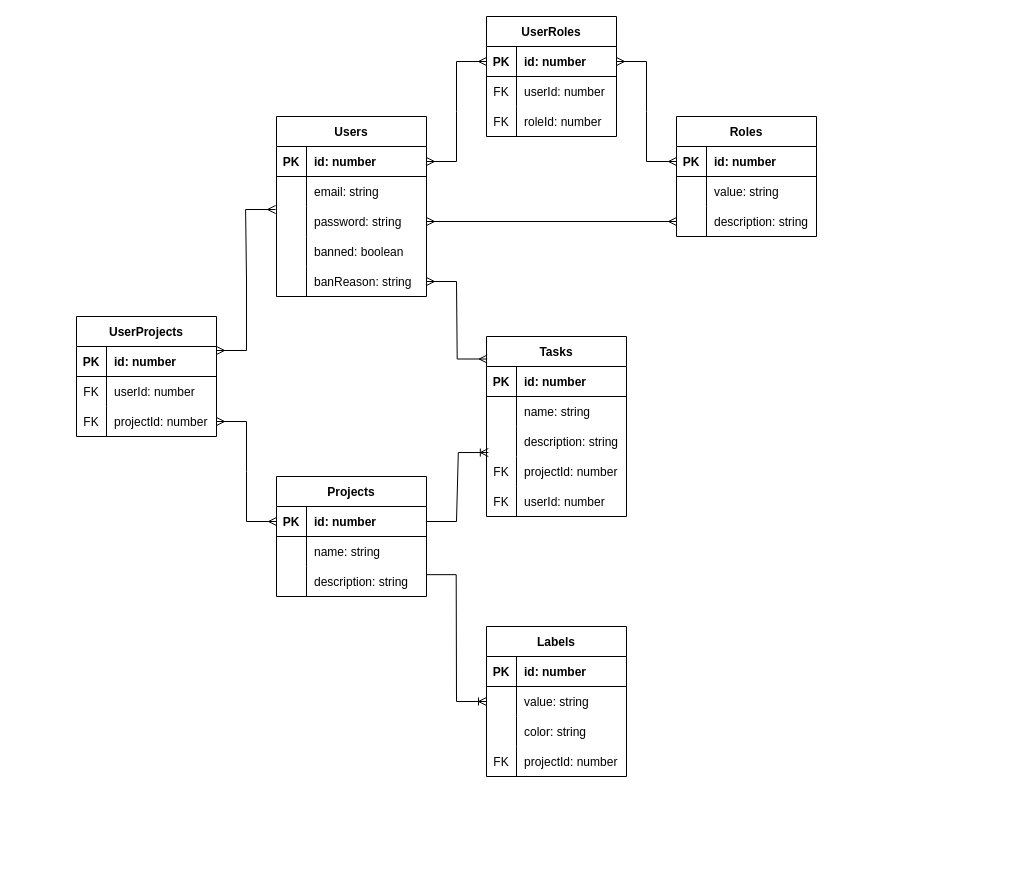
This is docs/DatabaseSchema.drawio from kurockett/stoei-course-project, a draw.io file, before an edit. Source tidied: cells renumbered, new cells numbered last; positions are measured from the earlier drawing's top-left corner, leaving out a move shared by most shapes. Both pictures are drawn from the tidied source at 100%, with x=0, y=0 at pixel (76, 16).
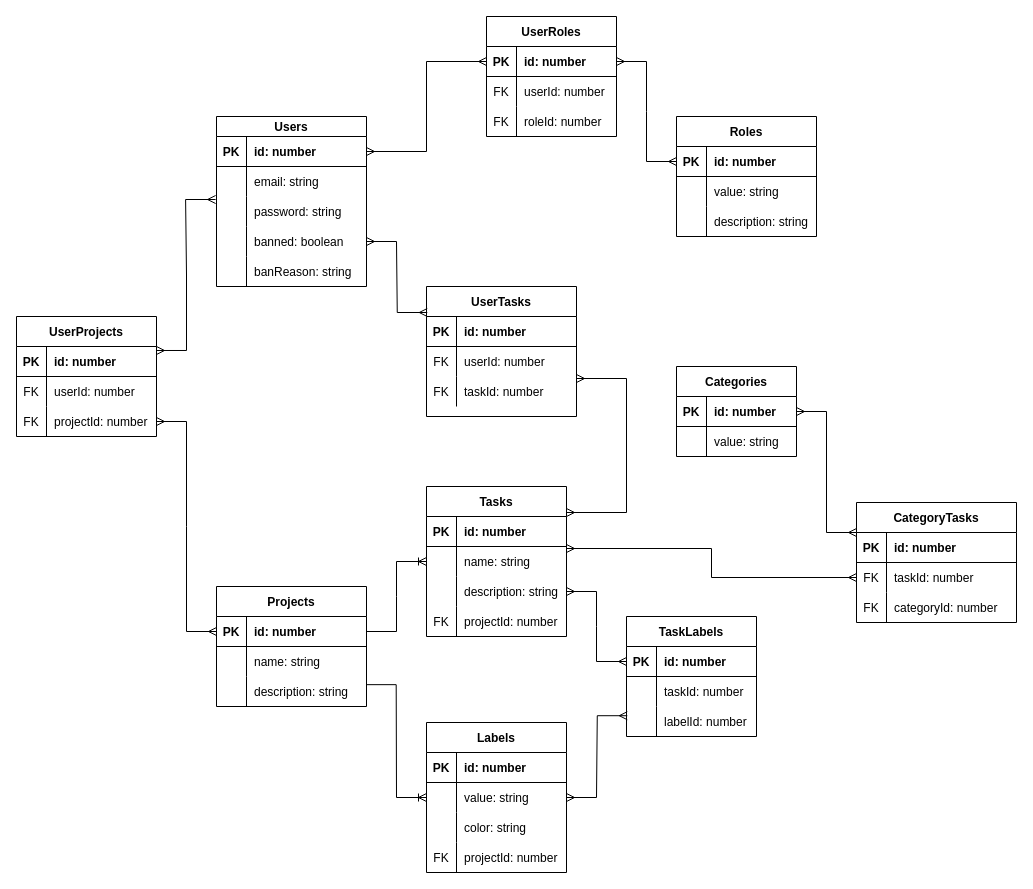
The same diagram, later.

The change refers to these unchanged cells:
```xml
<mxCell id="25" style="shape=partialRectangle;fillColor=none;top=0;left=0;bottom=0;right=0;points=[[0,0.5],[1,0.5]];portConstraint=eastwest;fontStyle=0;" parent="18" vertex="1">
  <mxGeometry y="90" width="140" height="30" as="geometry" />
</mxCell>
<mxCell id="29" style="shape=partialRectangle;fillColor=none;top=0;left=0;bottom=1;right=0;points=[[0,0.5],[1,0.5]];portConstraint=eastwest;fontStyle=0;" parent="28" vertex="1">
  <mxGeometry y="30" width="130" height="30" as="geometry" />
</mxCell>
<mxCell id="42" style="shape=partialRectangle;fillColor=none;top=0;left=0;bottom=1;right=0;points=[[0,0.5],[1,0.5]];portConstraint=eastwest;fontStyle=0;" parent="41" vertex="1">
  <mxGeometry y="30" width="150" height="30" as="geometry" />
</mxCell>
<mxCell id="48" style="shape=partialRectangle;fillColor=none;top=0;left=0;bottom=0;right=0;points=[[0,0.5],[1,0.5]];portConstraint=eastwest;fontStyle=0;" parent="41" vertex="1">
  <mxGeometry y="90" width="150" height="30" as="geometry" />
</mxCell>
<mxCell id="55" style="shape=partialRectangle;fillColor=none;top=0;left=0;bottom=0;right=0;points=[[0,0.5],[1,0.5]];portConstraint=eastwest;fontStyle=0;" parent="51" vertex="1">
  <mxGeometry y="60" width="140" height="30" as="geometry" />
</mxCell>
<mxCell id="58" style="shape=partialRectangle;fillColor=none;top=0;left=0;bottom=0;right=0;points=[[0,0.5],[1,0.5]];portConstraint=eastwest;fontStyle=0;" parent="51" vertex="1">
  <mxGeometry y="90" width="140" height="30" as="geometry" />
</mxCell>
<mxCell id="61" style="shape=partialRectangle;fillColor=none;top=0;left=0;bottom=0;right=0;points=[[0,0.5],[1,0.5]];portConstraint=eastwest;fontStyle=0;" parent="51" vertex="1">
  <mxGeometry y="120" width="140" height="30" as="geometry" />
</mxCell>
<mxCell id="83" style="shape=partialRectangle;fillColor=none;top=0;left=0;bottom=0;right=0;points=[[0,0.5],[1,0.5]];portConstraint=eastwest;fontStyle=0;" parent="79" vertex="1">
  <mxGeometry y="60" width="140" height="30" as="geometry" />
</mxCell>
```

What changed in the source:
```diff
@@
-    <mxCell id="2" value="Users" style="shape=table;startSize=30;childLayout=tableLayout;rowLines=0;fontStyle=1;align=center;" parent="1" vertex="1">
-      <mxGeometry x="200" y="100" width="150" height="180" as="geometry" />
+    <mxCell id="2" value="Users" style="shape=table;startSize=20;childLayout=tableLayout;rowLines=0;fontStyle=1;align=center;" parent="1" vertex="1">
+      <mxGeometry x="140" y="100" width="150" height="170" as="geometry" />
     </mxCell>
     <mxCell id="3" style="shape=partialRectangle;fillColor=none;top=0;left=0;bottom=1;right=0;points=[[0,0.5],[1,0.5]];portConstraint=eastwest;fontStyle=0;" parent="2" vertex="1">
-      <mxGeometry y="30" width="150" height="30" as="geometry" />
+      <mxGeometry y="20" width="150" height="30" as="geometry" />
     </mxCell>
@@
     <mxCell id="6" style="shape=partialRectangle;fillColor=none;top=0;left=0;bottom=0;right=0;fontStyle=0;" parent="2" vertex="1">
-      <mxGeometry y="60" width="150" height="30" as="geometry" />
+      <mxGeometry y="50" width="150" height="30" as="geometry" />
     </mxCell>
@@
     <mxCell id="9" style="shape=partialRectangle;fillColor=none;top=0;left=0;bottom=0;right=0;points=[[0,0.5],[1,0.5]];portConstraint=eastwest;fontStyle=0;" parent="2" vertex="1">
-      <mxGeometry y="90" width="150" height="30" as="geometry" />
+      <mxGeometry y="80" width="150" height="30" as="geometry" />
     </mxCell>
@@
     <mxCell id="12" style="shape=partialRectangle;fillColor=none;top=0;left=0;bottom=0;right=0;points=[[0,0.5],[1,0.5]];portConstraint=eastwest;fontStyle=0;" parent="2" vertex="1">
-      <mxGeometry y="120" width="150" height="30" as="geometry" />
+      <mxGeometry y="110" width="150" height="30" as="geometry" />
     </mxCell>
@@
     <mxCell id="15" style="shape=partialRectangle;fillColor=none;top=0;left=0;bottom=0;right=0;points=[[0,0.5],[1,0.5]];portConstraint=eastwest;fontStyle=0;" parent="2" vertex="1">
-      <mxGeometry y="150" width="150" height="30" as="geometry" />
+      <mxGeometry y="140" width="150" height="30" as="geometry" />
     </mxCell>
@@
-    <mxCell id="39" style="fontSize=12;html=1;endArrow=ERmany;startArrow=ERmany;rounded=0;exitX=1;exitY=0.5;exitDx=0;exitDy=0;verticalAlign=top;entryX=0;entryY=0.5;entryDx=0;entryDy=0;fontStyle=0;" parent="1" edge="1" source="9" target="25">
-      <mxGeometry relative="1" as="geometry" />
-    </mxCell>
-    <mxCell id="40" style="edgeStyle=entityRelationEdgeStyle;fontSize=12;html=1;endArrow=ERmany;startArrow=ERmany;rounded=0;verticalAlign=top;exitX=1;exitY=0.5;exitDx=0;exitDy=0;fontStyle=0;entryX=0;entryY=0.5;entryDx=0;entryDy=0;" parent="1" edge="1" source="3" target="29">
+    <mxCell id="40" style="edgeStyle=elbowEdgeStyle;fontSize=12;html=1;endArrow=ERmany;startArrow=ERmany;rounded=0;verticalAlign=top;exitX=1;exitY=0.5;exitDx=0;exitDy=0;fontStyle=0;entryX=0;entryY=0.5;entryDx=0;entryDy=0;" parent="1" edge="1" source="3" target="29">
       <mxGeometry relative="1" as="geometry" />
     </mxCell>
     <mxCell id="41" value="Projects" style="shape=table;startSize=30;childLayout=tableLayout;rowLines=0;fontStyle=1;align=center;" parent="1" vertex="1">
-      <mxGeometry x="200" y="460" width="150" height="120" as="geometry" />
+      <mxGeometry x="140" y="570" width="150" height="120" as="geometry" />
     </mxCell>
@@
     <mxCell id="51" value="Tasks" style="shape=table;startSize=30;childLayout=tableLayout;rowLines=0;fontStyle=1;align=center;" parent="1" vertex="1">
-      <mxGeometry x="410" y="320" width="140" height="180" as="geometry" />
+      <mxGeometry x="350" y="470" width="140" height="150" as="geometry" />
     </mxCell>
@@
-    <mxCell id="62" value="FK" style="shape=partialRectangle;fillColor=none;top=0;left=0;bottom=0;right=0;overflow=hidden;fontStyle=0;" parent="61" vertex="1">
-      <mxGeometry width="30" height="30" as="geometry" />
-    </mxCell>
+    <mxCell id="95" value="FK" style="shape=partialRectangle;fillColor=none;top=0;left=0;bottom=0;right=0;overflow=hidden;fontStyle=0;" parent="61" vertex="1">
+      <mxGeometry width="30" height="30" as="geometry" />
+    </mxCell>
@@
-    <mxCell id="64" style="shape=partialRectangle;fillColor=none;top=0;left=0;bottom=0;right=0;fontStyle=0;" parent="51" vertex="1">
-      <mxGeometry y="150" width="140" height="30" as="geometry" />
-    </mxCell>
-    <mxCell id="65" value="FK" style="shape=partialRectangle;fillColor=none;top=0;left=0;bottom=0;right=0;overflow=hidden;fontStyle=0;" parent="64" vertex="1">
-      <mxGeometry width="30" height="30" as="geometry" />
-    </mxCell>
-    <mxCell id="66" value="userId: number" style="shape=partialRectangle;fillColor=none;top=0;left=0;bottom=0;right=0;align=left;spacingLeft=6;overflow=hidden;fontStyle=0;" parent="64" vertex="1">
-      <mxGeometry x="30" width="110" height="30" as="geometry" />
-    </mxCell>
     <mxCell id="67" value="UserProjects" style="shape=table;startSize=30;childLayout=tableLayout;rowLines=0;fontStyle=1;align=center;" parent="1" vertex="1">
-      <mxGeometry y="300" width="140" height="120" as="geometry" />
+      <mxGeometry x="-60" y="300" width="140" height="120" as="geometry" />
     </mxCell>
@@
     <mxCell id="79" value="Labels" style="shape=table;startSize=30;childLayout=tableLayout;rowLines=0;fontStyle=1;align=center;" parent="1" vertex="1">
-      <mxGeometry x="410" y="610" width="140" height="150" as="geometry" />
+      <mxGeometry x="350" y="706" width="140" height="150" as="geometry" />
     </mxCell>
@@
-    <mxCell id="92" style="edgeStyle=entityRelationEdgeStyle;fontSize=12;html=1;endArrow=ERmany;startArrow=ERmany;rounded=0;exitX=1;exitY=0.5;exitDx=0;exitDy=0;entryX=0.005;entryY=0.125;entryDx=0;entryDy=0;entryPerimeter=0;" parent="1" edge="1" source="15" target="51">
-      <mxGeometry relative="1" as="geometry" />
-    </mxCell>
-    <mxCell id="93" style="edgeStyle=entityRelationEdgeStyle;fontSize=12;html=1;endArrow=ERoneToMany;rounded=0;strokeWidth=1;entryX=0;entryY=0.5;entryDx=0;entryDy=0;exitX=0.998;exitY=0.272;exitDx=0;exitDy=0;exitPerimeter=0;" parent="1" edge="1" source="48" target="83">
+    <mxCell id="93" style="edgeStyle=entityRelationEdgeStyle;fontSize=12;html=1;endArrow=ERoneToMany;rounded=0;strokeWidth=1;entryX=0;entryY=0.5;entryDx=0;entryDy=0;exitX=0.998;exitY=0.272;exitDx=0;exitDy=0;exitPerimeter=0;fontStyle=0;" parent="1" edge="1" source="48" target="83">
       <mxGeometry relative="1" as="geometry" />
     </mxCell>
-    <mxCell id="94" style="edgeStyle=entityRelationEdgeStyle;fontSize=12;html=1;endArrow=ERoneToMany;rounded=0;strokeWidth=1;entryX=0.013;entryY=-0.132;entryDx=0;entryDy=0;entryPerimeter=0;exitX=1;exitY=0.5;exitDx=0;exitDy=0;" parent="1" edge="1" source="42" target="61">
+    <mxCell id="94" style="edgeStyle=entityRelationEdgeStyle;fontSize=12;html=1;endArrow=ERoneToMany;rounded=0;strokeWidth=1;exitX=1;exitY=0.5;exitDx=0;exitDy=0;fontStyle=0;" parent="1" edge="1" source="42" target="55">
       <mxGeometry relative="1" as="geometry" />
     </mxCell>
+    <mxCell id="96" value="TaskLabels" style="shape=table;startSize=30;childLayout=tableLayout;rowLines=0;fontStyle=1;align=center;" parent="1" vertex="1">
+      <mxGeometry x="550" y="600" width="130" height="120" as="geometry" />
+    </mxCell>
+    <mxCell id="97" style="shape=partialRectangle;fillColor=none;top=0;left=0;bottom=1;right=0;points=[[0,0.5],[1,0.5]];portConstraint=eastwest;fontStyle=0;" parent="96" vertex="1">
+      <mxGeometry y="30" width="130" height="30" as="geometry" />
+    </mxCell>
+    <mxCell id="98" value="PK" style="shape=partialRectangle;fillColor=none;top=0;left=0;bottom=0;right=0;fontStyle=1;overflow=hidden;" parent="97" vertex="1">
+      <mxGeometry width="30" height="30" as="geometry" />
+    </mxCell>
+    <mxCell id="99" value="id: number" style="shape=partialRectangle;fillColor=none;top=0;left=0;bottom=0;right=0;align=left;spacingLeft=6;fontStyle=1;overflow=hidden;" parent="97" vertex="1">
+      <mxGeometry x="30" width="100" height="30" as="geometry" />
+    </mxCell>
+    <mxCell id="100" style="shape=partialRectangle;fillColor=none;top=0;left=0;bottom=0;right=0;fontStyle=0;" parent="96" vertex="1">
+      <mxGeometry y="60" width="130" height="30" as="geometry" />
+    </mxCell>
+    <mxCell id="101" style="shape=partialRectangle;fillColor=none;top=0;left=0;bottom=0;right=0;overflow=hidden;fontStyle=0;" parent="100" vertex="1">
+      <mxGeometry width="30" height="30" as="geometry" />
+    </mxCell>
+    <mxCell id="102" value="taskId: number" style="shape=partialRectangle;fillColor=none;top=0;left=0;bottom=0;right=0;align=left;spacingLeft=6;overflow=hidden;fontStyle=0;" parent="100" vertex="1">
+      <mxGeometry x="30" width="100" height="30" as="geometry" />
+    </mxCell>
+    <mxCell id="103" style="shape=partialRectangle;fillColor=none;top=0;left=0;bottom=0;right=0;points=[[0,0.5],[1,0.5]];portConstraint=eastwest;fontStyle=0;" parent="96" vertex="1">
+      <mxGeometry y="90" width="130" height="30" as="geometry" />
+    </mxCell>
+    <mxCell id="104" style="shape=partialRectangle;fillColor=none;top=0;left=0;bottom=0;right=0;overflow=hidden;fontStyle=0;" parent="103" vertex="1">
+      <mxGeometry width="30" height="30" as="geometry" />
+    </mxCell>
+    <mxCell id="105" value="labelId: number" style="shape=partialRectangle;fillColor=none;top=0;left=0;bottom=0;right=0;align=left;spacingLeft=6;overflow=hidden;fontStyle=0;" parent="103" vertex="1">
+      <mxGeometry x="30" width="100" height="30" as="geometry" />
+    </mxCell>
+    <mxCell id="106" style="edgeStyle=entityRelationEdgeStyle;fontSize=12;html=1;endArrow=ERmany;startArrow=ERmany;rounded=0;strokeWidth=1;exitX=1;exitY=0.5;exitDx=0;exitDy=0;fontStyle=0;" parent="1" edge="1" source="58" target="97">
+      <mxGeometry relative="1" as="geometry" />
+    </mxCell>
+    <mxCell id="107" style="edgeStyle=entityRelationEdgeStyle;fontSize=12;html=1;endArrow=ERmany;startArrow=ERmany;rounded=0;strokeWidth=1;entryX=0.006;entryY=0.307;entryDx=0;entryDy=0;fontStyle=0;entryPerimeter=0;" parent="1" edge="1" source="83" target="103">
+      <mxGeometry relative="1" as="geometry" />
+    </mxCell>
+    <mxCell id="108" value="UserTasks" style="shape=table;startSize=30;childLayout=tableLayout;rowLines=0;fontStyle=1;align=center;" parent="1" vertex="1">
+      <mxGeometry x="350" y="270" width="150" height="130" as="geometry" />
+    </mxCell>
+    <mxCell id="109" style="shape=partialRectangle;fillColor=none;top=0;left=0;bottom=1;right=0;fontStyle=0;" parent="108" vertex="1">
+      <mxGeometry y="30" width="150" height="30" as="geometry" />
+    </mxCell>
+    <mxCell id="110" value="PK" style="shape=partialRectangle;fillColor=none;top=0;left=0;bottom=0;right=0;fontStyle=1;overflow=hidden;" parent="109" vertex="1">
+      <mxGeometry width="30" height="30" as="geometry" />
+    </mxCell>
+    <mxCell id="111" value="id: number" style="shape=partialRectangle;fillColor=none;top=0;left=0;bottom=0;right=0;align=left;spacingLeft=6;fontStyle=1;overflow=hidden;" parent="109" vertex="1">
+      <mxGeometry x="30" width="120" height="30" as="geometry" />
+    </mxCell>
+    <mxCell id="112" style="shape=partialRectangle;fillColor=none;top=0;left=0;bottom=0;right=0;fontStyle=0;" parent="108" vertex="1">
+      <mxGeometry y="60" width="150" height="30" as="geometry" />
+    </mxCell>
+    <mxCell id="113" value="FK" style="shape=partialRectangle;fillColor=none;top=0;left=0;bottom=0;right=0;overflow=hidden;fontStyle=0;" parent="112" vertex="1">
+      <mxGeometry width="30" height="30" as="geometry" />
+    </mxCell>
+    <mxCell id="66" value="userId: number" style="shape=partialRectangle;fillColor=none;top=0;left=0;bottom=0;right=0;align=left;spacingLeft=6;overflow=hidden;fontStyle=0;" parent="112" vertex="1">
+      <mxGeometry x="30" width="120" height="30" as="geometry" />
+    </mxCell>
+    <mxCell id="114" style="shape=partialRectangle;fillColor=none;top=0;left=0;bottom=0;right=0;fontStyle=0;" parent="108" vertex="1">
+      <mxGeometry y="90" width="150" height="30" as="geometry" />
+    </mxCell>
+    <mxCell id="115" value="FK" style="shape=partialRectangle;fillColor=none;top=0;left=0;bottom=0;right=0;overflow=hidden;fontStyle=0;" parent="114" vertex="1">
+      <mxGeometry width="30" height="30" as="geometry" />
+    </mxCell>
+    <mxCell id="116" value="taskId: number" style="shape=partialRectangle;fillColor=none;top=0;left=0;bottom=0;right=0;align=left;spacingLeft=6;overflow=hidden;fontStyle=0;" parent="114" vertex="1">
+      <mxGeometry x="30" width="120" height="30" as="geometry" />
+    </mxCell>
+    <mxCell id="117" style="edgeStyle=entityRelationEdgeStyle;fontSize=12;html=1;endArrow=ERmany;startArrow=ERmany;rounded=0;strokeWidth=1;exitX=1;exitY=0.5;exitDx=0;exitDy=0;entryX=0.005;entryY=0.2;entryDx=0;entryDy=0;verticalAlign=middle;endSize=6;jumpSize=0;targetPerimeterSpacing=0;entryPerimeter=0;jumpStyle=none;shadow=0;fontStyle=0;" parent="1" edge="1" source="12" target="108">
+      <mxGeometry relative="1" as="geometry" />
+    </mxCell>
+    <mxCell id="118" style="edgeStyle=elbowEdgeStyle;fontSize=12;html=1;endArrow=ERmany;startArrow=ERmany;rounded=0;shadow=0;endSize=6;targetPerimeterSpacing=0;strokeWidth=1;verticalAlign=middle;jumpStyle=none;jumpSize=0;fontStyle=0;" parent="1" edge="1">
+      <mxGeometry relative="1" as="geometry">
+        <mxPoint x="490" y="496" as="sourcePoint" />
+        <mxPoint x="500" y="362" as="targetPoint" />
+        <Array as="points">
+          <mxPoint x="550" y="450" />
+        </Array>
+      </mxGeometry>
+    </mxCell>
+    <mxCell id="119" value="Categories" style="shape=table;startSize=30;childLayout=tableLayout;rowLines=0;fontStyle=1;align=center;" parent="1" vertex="1">
+      <mxGeometry x="600" y="350" width="120" height="90" as="geometry" />
+    </mxCell>
+    <mxCell id="120" style="shape=partialRectangle;fillColor=none;top=0;left=0;bottom=1;right=0;points=[[0,0.5],[1,0.5]];portConstraint=eastwest;fontStyle=0;" parent="119" vertex="1">
+      <mxGeometry y="30" width="120" height="30" as="geometry" />
+    </mxCell>
+    <mxCell id="121" value="PK" style="shape=partialRectangle;fillColor=none;top=0;left=0;bottom=0;right=0;fontStyle=1;overflow=hidden;" parent="120" vertex="1">
+      <mxGeometry width="30" height="30" as="geometry" />
+    </mxCell>
+    <mxCell id="122" value="id: number" style="shape=partialRectangle;fillColor=none;top=0;left=0;bottom=0;right=0;align=left;spacingLeft=6;fontStyle=1;overflow=hidden;" parent="120" vertex="1">
+      <mxGeometry x="30" width="90" height="30" as="geometry" />
+    </mxCell>
+    <mxCell id="123" style="shape=partialRectangle;fillColor=none;top=0;left=0;bottom=0;right=0;fontStyle=0;" parent="119" vertex="1">
+      <mxGeometry y="60" width="120" height="30" as="geometry" />
+    </mxCell>
+    <mxCell id="124" style="shape=partialRectangle;fillColor=none;top=0;left=0;bottom=0;right=0;overflow=hidden;fontStyle=0;" parent="123" vertex="1">
+      <mxGeometry width="30" height="30" as="geometry" />
+    </mxCell>
+    <mxCell id="125" value="value: string" style="shape=partialRectangle;fillColor=none;top=0;left=0;bottom=0;right=0;align=left;spacingLeft=6;overflow=hidden;fontStyle=0;" parent="123" vertex="1">
+      <mxGeometry x="30" width="90" height="30" as="geometry" />
+    </mxCell>
+    <mxCell id="126" value="CategoryTasks" style="shape=table;startSize=30;childLayout=tableLayout;rowLines=0;fontStyle=1;align=center;" parent="1" vertex="1">
+      <mxGeometry x="780" y="486" width="160" height="120" as="geometry" />
+    </mxCell>
+    <mxCell id="127" style="shape=partialRectangle;fillColor=none;top=0;left=0;bottom=1;right=0;fontStyle=0;" parent="126" vertex="1">
+      <mxGeometry y="30" width="160" height="30" as="geometry" />
+    </mxCell>
+    <mxCell id="128" value="PK" style="shape=partialRectangle;fillColor=none;top=0;left=0;bottom=0;right=0;fontStyle=1;overflow=hidden;" parent="127" vertex="1">
+      <mxGeometry width="30" height="30" as="geometry" />
+    </mxCell>
+    <mxCell id="129" value="id: number" style="shape=partialRectangle;fillColor=none;top=0;left=0;bottom=0;right=0;align=left;spacingLeft=6;fontStyle=1;overflow=hidden;" parent="127" vertex="1">
+      <mxGeometry x="30" width="130" height="30" as="geometry" />
+    </mxCell>
+    <mxCell id="130" style="shape=partialRectangle;fillColor=none;top=0;left=0;bottom=0;right=0;points=[[0,0.5],[1,0.5]];portConstraint=eastwest;fontStyle=0;" parent="126" vertex="1">
+      <mxGeometry y="60" width="160" height="30" as="geometry" />
+    </mxCell>
+    <mxCell id="131" value="FK" style="shape=partialRectangle;fillColor=none;top=0;left=0;bottom=0;right=0;overflow=hidden;fontStyle=0;" parent="130" vertex="1">
+      <mxGeometry width="30" height="30" as="geometry" />
+    </mxCell>
+    <mxCell id="132" value="taskId: number" style="shape=partialRectangle;fillColor=none;top=0;left=0;bottom=0;right=0;align=left;spacingLeft=6;overflow=hidden;fontStyle=0;" parent="130" vertex="1">
+      <mxGeometry x="30" width="130" height="30" as="geometry" />
+    </mxCell>
+    <mxCell id="133" style="shape=partialRectangle;fillColor=none;top=0;left=0;bottom=0;right=0;fontStyle=0;" parent="126" vertex="1">
+      <mxGeometry y="90" width="160" height="30" as="geometry" />
+    </mxCell>
+    <mxCell id="134" value="FK" style="shape=partialRectangle;fillColor=none;top=0;left=0;bottom=0;right=0;overflow=hidden;fontStyle=0;" parent="133" vertex="1">
+      <mxGeometry width="30" height="30" as="geometry" />
+    </mxCell>
+    <mxCell id="135" value="categoryId: number" style="shape=partialRectangle;fillColor=none;top=0;left=0;bottom=0;right=0;align=left;spacingLeft=6;overflow=hidden;fontStyle=0;" parent="133" vertex="1">
+      <mxGeometry x="30" width="130" height="30" as="geometry" />
+    </mxCell>
+    <mxCell id="136" style="edgeStyle=elbowEdgeStyle;fontSize=12;html=1;endArrow=ERmany;startArrow=ERmany;rounded=0;shadow=0;endSize=6;targetPerimeterSpacing=0;strokeWidth=1;verticalAlign=middle;jumpStyle=none;jumpSize=0;fontStyle=0;" parent="1" edge="1" target="130">
+      <mxGeometry relative="1" as="geometry">
+        <mxPoint x="490" y="532" as="sourcePoint" />
+      </mxGeometry>
+    </mxCell>
+    <mxCell id="137" style="edgeStyle=elbowEdgeStyle;fontSize=12;html=1;endArrow=ERmany;startArrow=ERmany;rounded=0;shadow=0;endSize=6;targetPerimeterSpacing=0;strokeWidth=1;verticalAlign=middle;jumpStyle=none;jumpSize=0;entryX=0;entryY=0.25;entryDx=0;entryDy=0;exitX=1;exitY=0.5;exitDx=0;exitDy=0;fontStyle=0;" parent="1" edge="1" source="120" target="126">
+      <mxGeometry relative="1" as="geometry" />
+    </mxCell>
```
